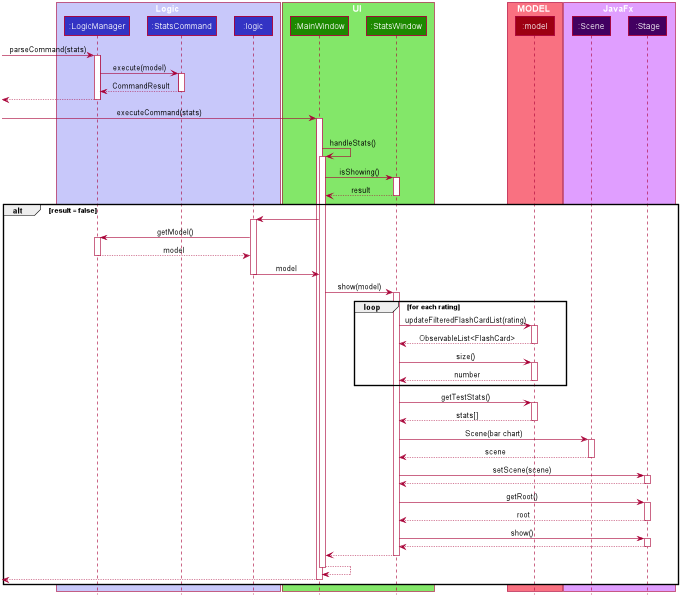
AY1920S1-CS2103T-T12-4/main keeps this PlantUML diagram as images/StatisticsSequenceDiagram.png. Above is the earlier version. Source of this version:
```plantuml
@startuml










skinparam BackgroundColor #FFFFFFF

skinparam Shadowing false

skinparam Class {
    FontColor #FFFFFF
    BorderThickness 1
    BorderColor #FFFFFF
    StereotypeFontColor #FFFFFF
    FontName Arial
}

skinparam Actor {
    BorderColor #000000
    Color #000000
    FontName Arial
}

skinparam Sequence {
    MessageAlign center
    BoxFontSize 15
    BoxPadding 0
    BoxFontColor #FFFFFF
    FontName Arial
}

skinparam Participant {
    FontColor #FFFFFFF
    Padding 20
}

skinparam MinClassWidth 50
skinparam ParticipantPadding 10
skinparam Shadowing false
skinparam DefaultTextAlignment center
skinparam packageStyle Rectangle

hide footbox
hide members
hide circle

box Logic #C8C8FA
participant ":LogicManager" as LogicManager #3333C4
participant ":StatsCommand" as StatsCommand #3333C4
participant ":logic" as Logic #3333C4
end box

box UI #83E769
participant ":MainWindow" as MainWindow #1D8900
participant ":StatsWindow" as StatsWindow #1D8900
end box

box MODEL #F97181
participant ":model" as Model #9D0012
end box

box JavaFx #e09eff
participant ":Scene" as Scene #420061
participant ":Stage" as Stage #420061
end box


[-> LogicManager : parseCommand(stats)
activate LogicManager

    LogicManager -> StatsCommand : execute(model)
    activate StatsCommand
        LogicManager <-- StatsCommand : CommandResult
    deactivate StatsCommand

[<--LogicManager
deactivate LogicManager

[-> MainWindow : executeCommand(stats)
activate MainWindow

       alt commandResult.isShowStats()
       MainWindow -> MainWindow : handleStats()
           activate MainWindow

                MainWindow -> StatsWindow : isShowing()
                activate StatsWindow
                MainWindow <-- StatsWindow : result
                deactivate StatsWindow

                alt result = false
                MainWindow -> Logic :
                activate Logic
                Logic -> LogicManager : getModel()
                activate LogicManager
                Logic <-- LogicManager : model
                deactivate LogicManager
                Logic -> MainWindow : model
                deactivate Logic

                MainWindow -> StatsWindow : show(model)

                loop for each rating
                activate StatsWindow
                StatsWindow -> Model : updateFilteredFlashCardList(rating)
                activate Model
                StatsWindow <-- Model : ObservableList<FlashCard>
                deactivate Model
                StatsWindow -> Model : size()
                activate Model
                StatsWindow <-- Model : number
                deactivate Model
                end

                StatsWindow -> Model : getTestStats()
                activate Model
                StatsWindow <-- Model : stats[]
                deactivate Model

                StatsWindow -> Scene : Scene(bar chart)
                activate Scene
                StatsWindow <-- Scene : scene
                deactivate Scene

                StatsWindow -> Stage : setScene(scene)
                activate Stage
                StatsWindow <-- Stage :
                deactivate Stage

                StatsWindow -> Stage : getRoot()
                activate Stage
                StatsWindow <-- Stage : root
                deactivate Stage


                StatsWindow -> Stage : show()
                activate Stage
                StatsWindow <-- Stage :
                deactivate Stage

                MainWindow <-- StatsWindow :
                deactivate StatsWindow
                MainWindow <-- MainWindow :

           deactivate MainWindow
           [<-- MainWindow :
           deactivate MainWindow

       end



@enduml
```
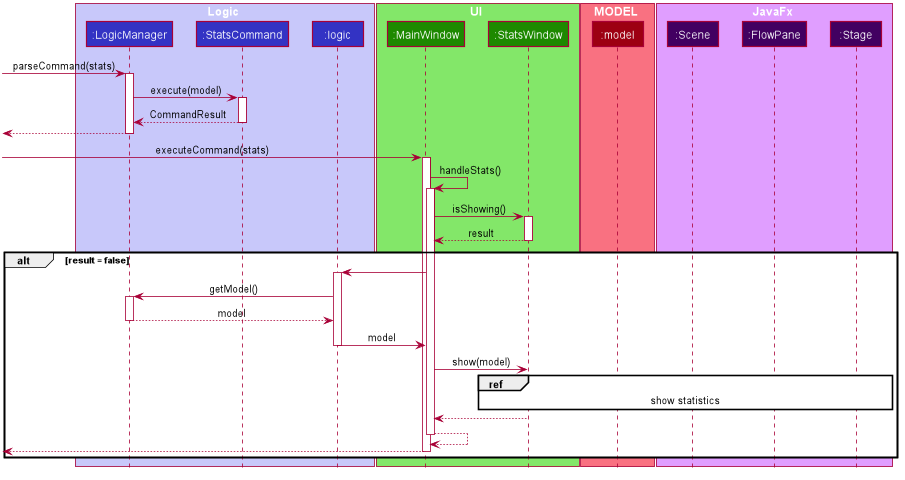
The same file after the commit.

Change to the diagram source:
```diff
@@ -67,6 +67,7 @@
 
 box JavaFx #e09eff
 participant ":Scene" as Scene #420061
+participant ":FlowPane" as FlowPane #420061
 participant ":Stage" as Stage #420061
 end box
 
@@ -85,7 +86,7 @@
 [-> MainWindow : executeCommand(stats)
 activate MainWindow
 
-       alt commandResult.isShowStats()
+
        MainWindow -> MainWindow : handleStats()
            activate MainWindow
 
@@ -105,47 +106,8 @@
                 deactivate Logic
 
                 MainWindow -> StatsWindow : show(model)
-
-                loop for each rating
-                activate StatsWindow
-                StatsWindow -> Model : updateFilteredFlashCardList(rating)
-                activate Model
-                StatsWindow <-- Model : ObservableList<FlashCard>
-                deactivate Model
-                StatsWindow -> Model : size()
-                activate Model
-                StatsWindow <-- Model : number
-                deactivate Model
-                end
-
-                StatsWindow -> Model : getTestStats()
-                activate Model
-                StatsWindow <-- Model : stats[]
-                deactivate Model
-
-                StatsWindow -> Scene : Scene(bar chart)
-                activate Scene
-                StatsWindow <-- Scene : scene
-                deactivate Scene
-
-                StatsWindow -> Stage : setScene(scene)
-                activate Stage
-                StatsWindow <-- Stage :
-                deactivate Stage
-
-                StatsWindow -> Stage : getRoot()
-                activate Stage
-                StatsWindow <-- Stage : root
-                deactivate Stage
-
-
-                StatsWindow -> Stage : show()
-                activate Stage
-                StatsWindow <-- Stage :
-                deactivate Stage
-
+                ref over StatsWindow, Model, Scene, Stage : show statistics
                 MainWindow <-- StatsWindow :
-                deactivate StatsWindow
                 MainWindow <-- MainWindow :
 
            deactivate MainWindow
@@ -154,6 +116,4 @@
 
        end
 
-
-
 @enduml
```
